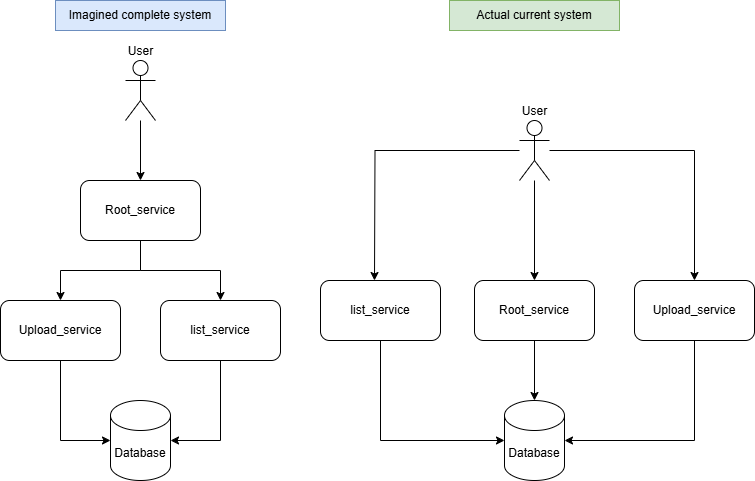
Skymtes/assignment_build_something keeps this draw.io diagram as System_architecture.png. Above is the earlier version. Source tidied: cells renumbered, new cells last; positions are measured from the earlier drawing's top-left corner, leaving out a move shared by most shapes.
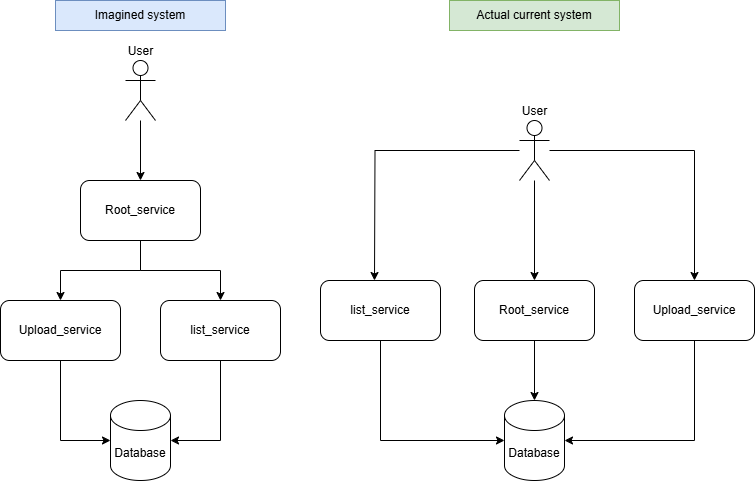
Above is the later version.

What changed in the source:
```diff
@@ -67,7 +67,7 @@
     <mxCell id="22" value="User" style="shape=umlActor;verticalLabelPosition=top;verticalAlign=bottom;html=1;outlineConnect=0;labelPosition=center;align=center;strokeColor=#000000;" parent="1" vertex="1">
       <mxGeometry x="519" y="120" width="30" height="60" as="geometry" />
     </mxCell>
-    <mxCell id="23" value="Imagined complete system" style="text;html=1;align=center;verticalAlign=middle;whiteSpace=wrap;rounded=0;fillColor=#dae8fc;strokeColor=#6c8ebf;" parent="1" vertex="1">
+    <mxCell id="23" value="Imagined system" style="text;html=1;align=center;verticalAlign=middle;whiteSpace=wrap;rounded=0;fillColor=#dae8fc;strokeColor=#6c8ebf;" parent="1" vertex="1">
       <mxGeometry x="55" width="170" height="30" as="geometry" />
     </mxCell>
     <mxCell id="24" value="Actual current system" style="text;html=1;align=center;verticalAlign=middle;whiteSpace=wrap;rounded=0;fillColor=#d5e8d4;strokeColor=#82b366;" parent="1" vertex="1">
```
